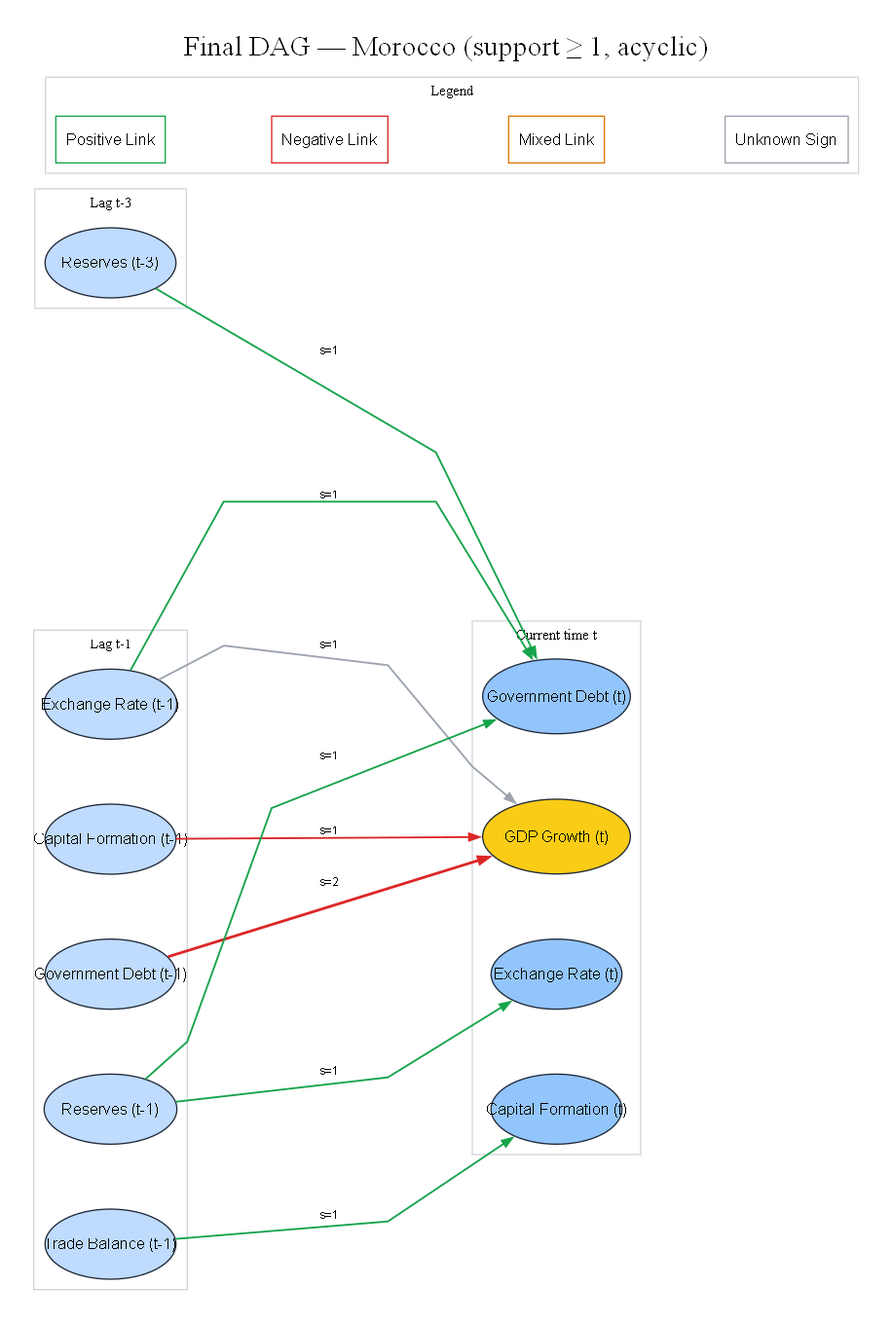
Above: reports/figures/phase3E_dag/Morocco/dag_final_Morocco.png in biabakuya/causal-ml-macroeconomic-analysis (Graphviz), before the change. Its source is kept beside it as reports/figures/phase3E_dag/Morocco/dag_final_Morocco.dot.
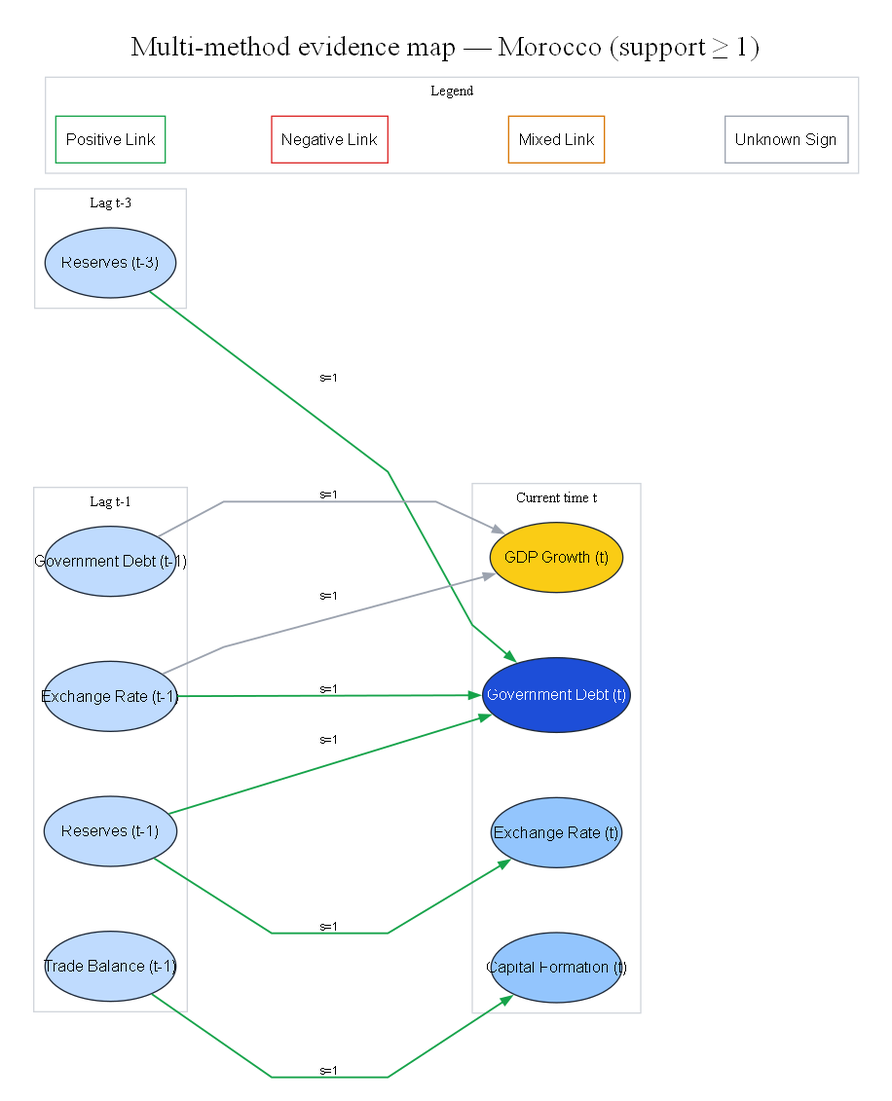
Later version of the same file.

Diff of the diagram source:
```diff
@@ -1,5 +1,5 @@
 digraph DAG {
-	bgcolor=white fontsize=22 label="Final DAG — Morocco (support ≥ 1, acyclic)" labelloc=t pad=0.25 rankdir=LR
+	bgcolor=white fontsize=22 label="Multi-method evidence map — Morocco (support ≥ 1)" labelloc=t pad=0.25 rankdir=LR
 	graph [concentrate=false nodesep=0.7 overlap=false ranksep=1.0 splines=polyline]
 	node [color="#1f2937" fontname=Helvetica fontsize=12 shape=ellipse style=filled]
 	edge [arrowsize=0.8 fontname=Helvetica fontsize=9]
@@ -11,7 +11,6 @@
 	subgraph cluster_t1 {
 		color="#d1d5db" fontsize=11 label="Lag t-1"
 		rank=same
-		"Capital_Formation__t-1" [label="Capital Formation (t-1)" fillcolor="#bfdbfe" fixedsize=true fontcolor=black height=0.75 width=1.4]
 		"Exchange_Rate__t-1" [label="Exchange Rate (t-1)" fillcolor="#bfdbfe" fixedsize=true fontcolor=black height=0.75 width=1.4200000000000002]
 		"Government_Debt__t-1" [label="Government Debt (t-1)" fillcolor="#bfdbfe" fixedsize=true fontcolor=black height=0.75 width=1.4]
 		"Reserves__t-1" [label="Reserves (t-1)" fillcolor="#bfdbfe" fixedsize=true fontcolor=black height=0.75 width=1.4200000000000002]
@@ -22,16 +21,15 @@
 		rank=same
 		Capital_Formation__t [label="Capital Formation (t)" fillcolor="#93c5fd" fixedsize=true fontcolor=black height=0.75 width=1.4]
 		Exchange_Rate__t [label="Exchange Rate (t)" fillcolor="#93c5fd" fixedsize=true fontcolor=black height=0.75 width=1.4]
-		GDP_Growth__t [label="GDP Growth (t)" fillcolor="#facc15" fixedsize=true fontcolor=black height=0.8 width=1.58]
-		Government_Debt__t [label="Government Debt (t)" fillcolor="#93c5fd" fixedsize=true fontcolor=black height=0.8 width=1.58]
+		GDP_Growth__t [label="GDP Growth (t)" fillcolor="#facc15" fixedsize=true fontcolor=black height=0.75 width=1.4200000000000002]
+		Government_Debt__t [label="Government Debt (t)" fillcolor="#1d4ed8" fixedsize=true fontcolor=white height=0.8 width=1.58]
 	}
-	"Government_Debt__t-1" -> GDP_Growth__t [label="s=2" color="#dc2626" minlen=2 penwidth=2.0999999999999996]
-	"Capital_Formation__t-1" -> GDP_Growth__t [label="s=1" color="#dc2626" minlen=2 penwidth=1.4]
 	"Trade_Balance__t-1" -> Capital_Formation__t [label="s=1" color="#16a34a" minlen=2 penwidth=1.4]
 	"Reserves__t-1" -> Exchange_Rate__t [label="s=1" color="#16a34a" minlen=2 penwidth=1.4]
 	"Reserves__t-1" -> Government_Debt__t [label="s=1" color="#16a34a" minlen=2 penwidth=1.4]
 	"Reserves__t-3" -> Government_Debt__t [label="s=1" color="#16a34a" minlen=2 penwidth=1.4]
 	"Exchange_Rate__t-1" -> Government_Debt__t [label="s=1" color="#16a34a" minlen=2 penwidth=1.4]
+	"Government_Debt__t-1" -> GDP_Growth__t [label="s=1" color="#9ca3af" minlen=2 penwidth=1.4]
 	"Exchange_Rate__t-1" -> GDP_Growth__t [label="s=1" color="#9ca3af" minlen=2 penwidth=1.4]
 	subgraph cluster_legend {
 		color="#d1d5db" fontsize=11 label=Legend
```
